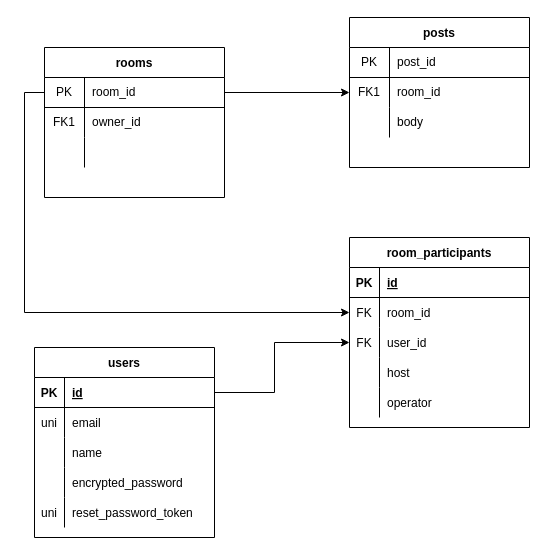
Earlier version of the draw.io diagram EntryRelation.drawio (Terufuji3/ANONIM). Source tidied: cells renumbered, new cells numbered last; positions are measured from the earlier drawing's top-left corner, leaving out a move shared by most shapes. Both pictures are drawn from the tidied source at 100%, with x=0, y=0 at pixel (34, 17).
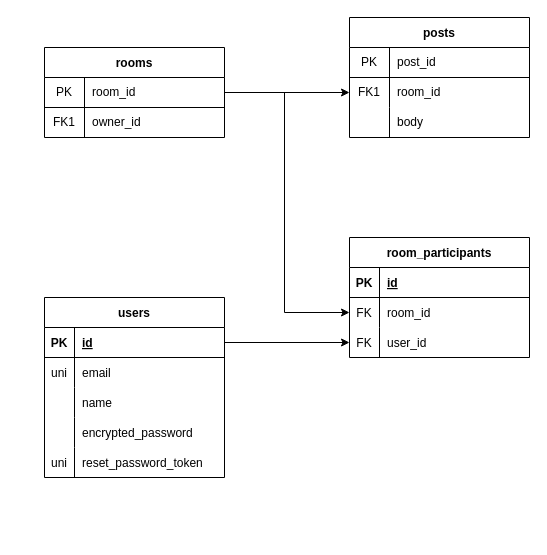
The same page after the edit.

Commit message:
EntryRelation.drawio を更新します

The change refers to these unchanged cells:
```xml
<mxCell id="3" style="shape=partialRectangle;html=1;whiteSpace=wrap;fillColor=none;top=0;left=0;bottom=1;right=0;points=[[0,0.5],[1,0.5]];portConstraint=eastwest;" parent="2" vertex="1">
  <mxGeometry y="30" width="180" height="30" as="geometry" />
</mxCell>
<mxCell id="16" style="shape=partialRectangle;html=1;whiteSpace=wrap;fillColor=none;top=0;left=0;bottom=0;right=0;points=[[0,0.5],[1,0.5]];portConstraint=eastwest;" parent="12" vertex="1">
  <mxGeometry y="60" width="180" height="30" as="geometry" />
</mxCell>
<mxCell id="25" style="shape=tableRow;horizontal=0;startSize=0;swimlaneHead=0;swimlaneBody=0;fillColor=none;points=[[0,0.5],[1,0.5]];portConstraint=eastwest;top=0;left=0;right=0;bottom=1;" parent="24" vertex="1">
  <mxGeometry y="30" width="180" height="30" as="geometry" />
</mxCell>
<mxCell id="44" style="shape=tableRow;horizontal=0;startSize=0;swimlaneHead=0;swimlaneBody=0;fillColor=none;points=[[0,0.5],[1,0.5]];portConstraint=eastwest;top=0;left=0;right=0;bottom=0;" parent="40" vertex="1">
  <mxGeometry y="60" width="180" height="30" as="geometry" />
</mxCell>
<mxCell id="47" style="shape=tableRow;horizontal=0;startSize=0;swimlaneHead=0;swimlaneBody=0;fillColor=none;points=[[0,0.5],[1,0.5]];portConstraint=eastwest;top=0;left=0;right=0;bottom=0;" parent="40" vertex="1">
  <mxGeometry y="90" width="180" height="30" as="geometry" />
</mxCell>
```

Diff of the diagram source:
```diff
@@
     <mxCell id="2" value="rooms" style="shape=table;startSize=30;childLayout=tableLayout;rowLines=0;fontStyle=1;align=center;" parent="1" vertex="1">
-      <mxGeometry x="10" y="30" width="180" height="150" as="geometry" />
+      <mxGeometry x="10" y="30" width="180" height="90" as="geometry" />
     </mxCell>
@@
-    <mxCell id="9" style="shape=partialRectangle;html=1;whiteSpace=wrap;fillColor=none;top=0;left=0;bottom=0;right=0;" parent="2" vertex="1">
-      <mxGeometry y="90" width="180" height="30" as="geometry" />
-    </mxCell>
-    <mxCell id="10" style="shape=partialRectangle;html=1;whiteSpace=wrap;fillColor=none;top=0;left=0;bottom=0;right=0;overflow=hidden;" parent="9" vertex="1">
-      <mxGeometry width="40" height="30" as="geometry" />
-    </mxCell>
-    <mxCell id="11" style="shape=partialRectangle;html=1;whiteSpace=wrap;fillColor=none;top=0;left=0;bottom=0;right=0;align=left;spacingLeft=6;overflow=hidden;" parent="9" vertex="1">
-      <mxGeometry x="40" width="140" height="30" as="geometry" />
-    </mxCell>
     <mxCell id="12" value="posts" style="shape=table;startSize=30;childLayout=tableLayout;rowLines=0;fontStyle=1;align=center;" parent="1" vertex="1">
-      <mxGeometry x="315" width="180" height="150" as="geometry" />
+      <mxGeometry x="315" width="180" height="120" as="geometry" />
     </mxCell>
@@
-    <mxCell id="22" style="edgeStyle=none;html=1;exitX=1;exitY=0.5;exitDx=0;exitDy=0;entryX=0;entryY=0.5;entryDx=0;entryDy=0;" parent="1" edge="1" source="3" target="12">
+    <mxCell id="22" style="edgeStyle=none;html=1;exitX=1;exitY=0.5;exitDx=0;exitDy=0;" parent="1" edge="1" source="3" target="16">
       <mxGeometry relative="1" as="geometry" />
     </mxCell>
-    <mxCell id="23" style="edgeStyle=orthogonalEdgeStyle;rounded=0;jettySize=auto;html=1;exitX=1;exitY=0.5;exitDx=0;exitDy=0;entryX=0;entryY=0.5;entryDx=0;entryDy=0;" parent="1" edge="1" source="25" target="47">
-      <mxGeometry relative="1" as="geometry">
-        <Array as="points">
-          <mxPoint x="240" y="375" />
-          <mxPoint x="240" y="325" />
-        </Array>
-      </mxGeometry>
+    <mxCell id="23" style="edgeStyle=orthogonalEdgeStyle;rounded=0;jettySize=auto;html=1;entryX=0;entryY=0.5;entryDx=0;entryDy=0;" parent="1" edge="1" source="25" target="47">
+      <mxGeometry relative="1" as="geometry" />
     </mxCell>
     <mxCell id="24" value="users" style="shape=table;startSize=30;childLayout=tableLayout;rowLines=0;fontStyle=1;align=center;" parent="1" vertex="1">
-      <mxGeometry y="330" width="180" height="190" as="geometry" />
+      <mxGeometry x="10" y="280" width="180" height="180" as="geometry" />
     </mxCell>
@@
     <mxCell id="40" value="room_participants" style="shape=table;startSize=30;childLayout=tableLayout;rowLines=0;fontStyle=1;align=center;" parent="1" vertex="1">
-      <mxGeometry x="315" y="220" width="180" height="190" as="geometry" />
+      <mxGeometry x="315" y="220" width="180" height="120" as="geometry" />
     </mxCell>
@@
-    <mxCell id="50" style="shape=tableRow;horizontal=0;startSize=0;swimlaneHead=0;swimlaneBody=0;fillColor=none;top=0;left=0;right=0;bottom=0;" parent="40" vertex="1">
-      <mxGeometry y="120" width="180" height="30" as="geometry" />
-    </mxCell>
-    <mxCell id="51" style="shape=partialRectangle;fillColor=none;top=0;left=0;bottom=0;right=0;overflow=hidden;" parent="50" vertex="1">
-      <mxGeometry width="30" height="30" as="geometry" />
-    </mxCell>
-    <mxCell id="52" value="host" style="shape=partialRectangle;fillColor=none;top=0;left=0;bottom=0;right=0;align=left;spacingLeft=6;overflow=hidden;" parent="50" vertex="1">
-      <mxGeometry x="30" width="150" height="30" as="geometry" />
-    </mxCell>
-    <mxCell id="53" style="shape=tableRow;horizontal=0;startSize=0;swimlaneHead=0;swimlaneBody=0;fillColor=none;top=0;left=0;right=0;bottom=0;" parent="40" vertex="1">
-      <mxGeometry y="150" width="180" height="30" as="geometry" />
-    </mxCell>
-    <mxCell id="54" style="shape=partialRectangle;fillColor=none;top=0;left=0;bottom=0;right=0;overflow=hidden;" parent="53" vertex="1">
-      <mxGeometry width="30" height="30" as="geometry" />
-    </mxCell>
-    <mxCell id="55" value="operator" style="shape=partialRectangle;fillColor=none;top=0;left=0;bottom=0;right=0;align=left;spacingLeft=6;overflow=hidden;" parent="53" vertex="1">
-      <mxGeometry x="30" width="150" height="30" as="geometry" />
-    </mxCell>
-    <mxCell id="56" style="edgeStyle=orthogonalEdgeStyle;rounded=0;jettySize=auto;html=1;exitX=0;exitY=0.5;exitDx=0;exitDy=0;entryX=0;entryY=0.5;entryDx=0;entryDy=0;" parent="1" edge="1" source="3" target="44">
-      <mxGeometry relative="1" as="geometry" />
+    <mxCell id="56" style="edgeStyle=orthogonalEdgeStyle;rounded=0;jettySize=auto;html=1;entryX=0;entryY=0.5;entryDx=0;entryDy=0;" parent="1" edge="1" target="44">
+      <mxGeometry relative="1" as="geometry">
+        <mxPoint x="190" y="75" as="sourcePoint" />
+        <Array as="points">
+          <mxPoint x="250" y="75" />
+          <mxPoint x="250" y="295" />
+        </Array>
+      </mxGeometry>
     </mxCell>
```
